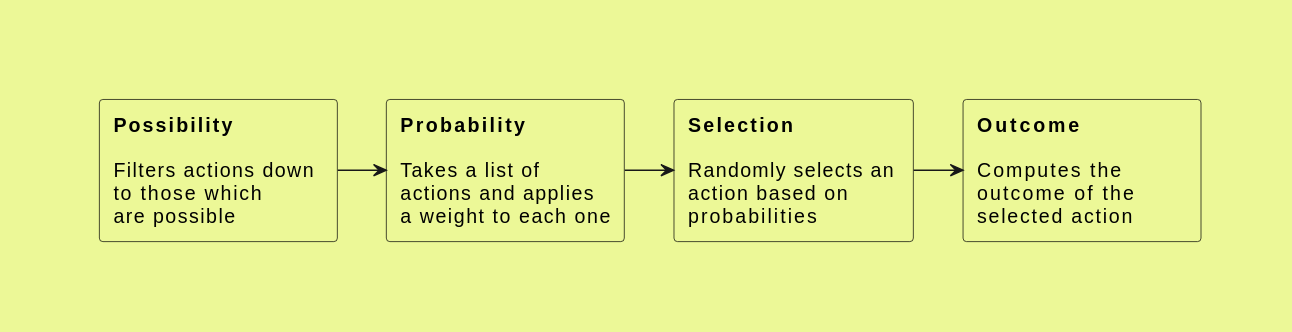
Above: docs/media/Ineffable Action Flow.svg in flipactual/flipstew.art (PlantUML), before the change.
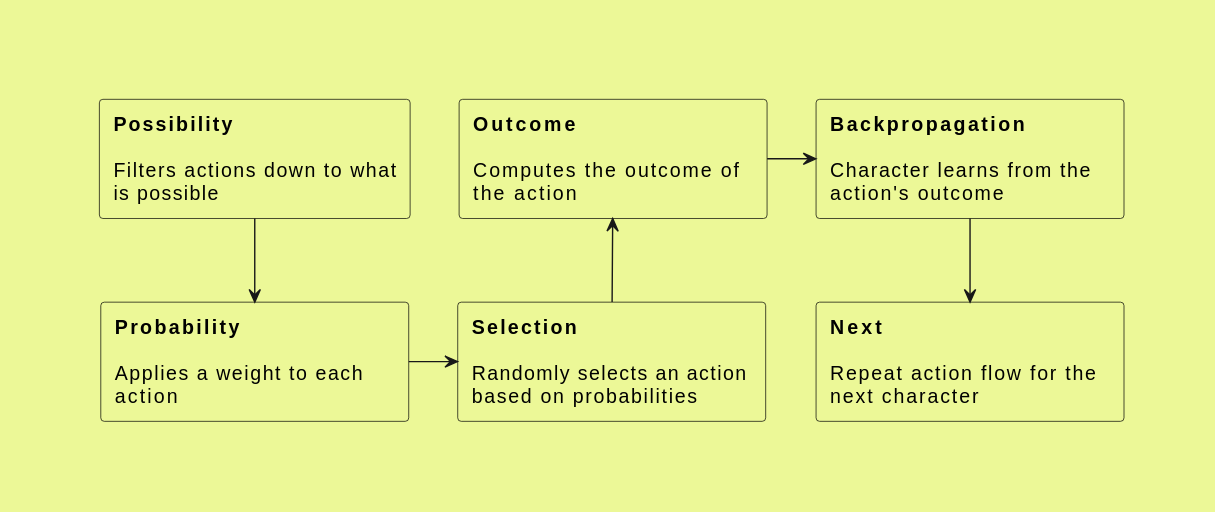
Later version of the same file.

Commit message:
update ineffable page

What changed in the source:
```diff
@@ -13,39 +13,49 @@
   backgroundColor #7FDBFF
 }
 skinparam backgroundColor #ecf897
-skinparam MinClassWidth 150
+skinparam MinClassWidth 200
 skinparam SameClassWidth true
 
-rectangle Possibility <<one>> [
+rectangle Possibility [
   **Possibility**
 
-  Filters actions down
-  to those which
-  are possible
+  Filters actions down to what
+ is possible
 ]
-rectangle Probability <<two>> [
+rectangle Probability [
   **Probability**
 
-  Takes a list of
-  actions and applies
-  a weight to each one
+  Applies a weight to each
+  action
 ]
-rectangle Selection <<three>> [
+rectangle Selection [
   **Selection**
 
-  Randomly selects an
-  action based on
-  probabilities
+  Randomly selects an action
+  based on probabilities
 ]
-rectangle Outcome <<four>> [
+rectangle Outcome [
   **Outcome**
 
-  Computes the
-  outcome of the
-  selected action
+  Computes the outcome of
+  the action
+]
+rectangle Backpropagation [
+  **Backpropagation**
+
+  Character learns from the
+  action's outcome
+]
+rectangle Next [
+  **Next**
+
+  Repeat action flow for the
+  next character
 ]
 
-Possibility -> Probability
-Probability -> Selection
-Selection -> Outcome
+Possibility -d-> Probability
+Probability -r-> Selection
+Selection -u-> Outcome
+Outcome -r-> Backpropagation
+Backpropagation -d-> Next
 @enduml
```
